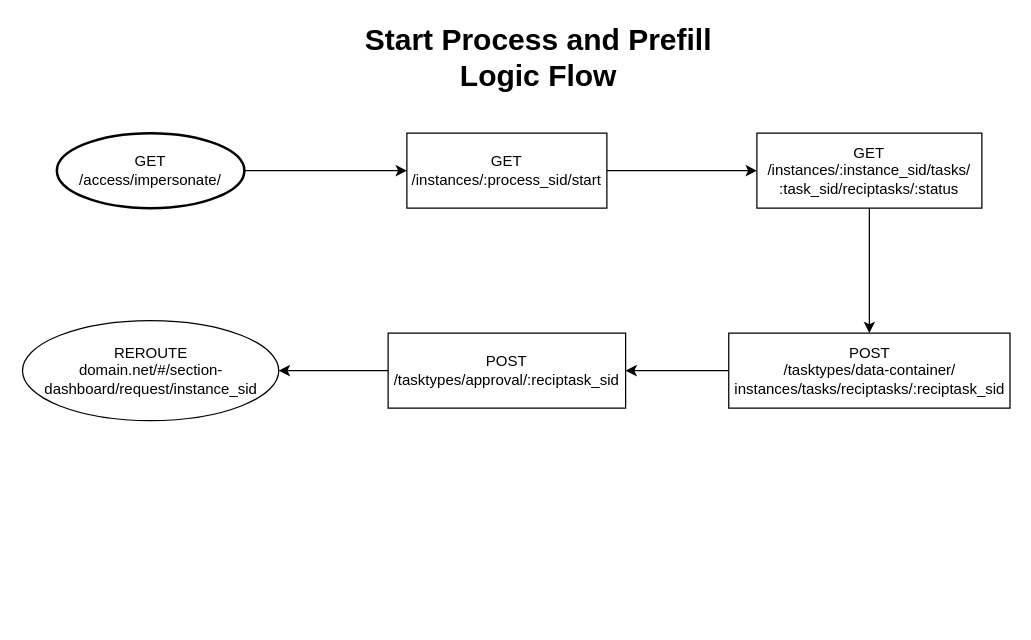
Earlier version of the draw.io diagram Diagrams/IntegrifyAPITesting.drawio (LongJohnBlackbeard/IntegrifyAPITesting). Source tidied: cells renumbered, new cells numbered last; positions are measured from the earlier drawing's top-left corner, leaving out a move shared by most shapes. Both pictures are drawn from the tidied source at 125%, with x=0, y=0 at pixel (21, 32).
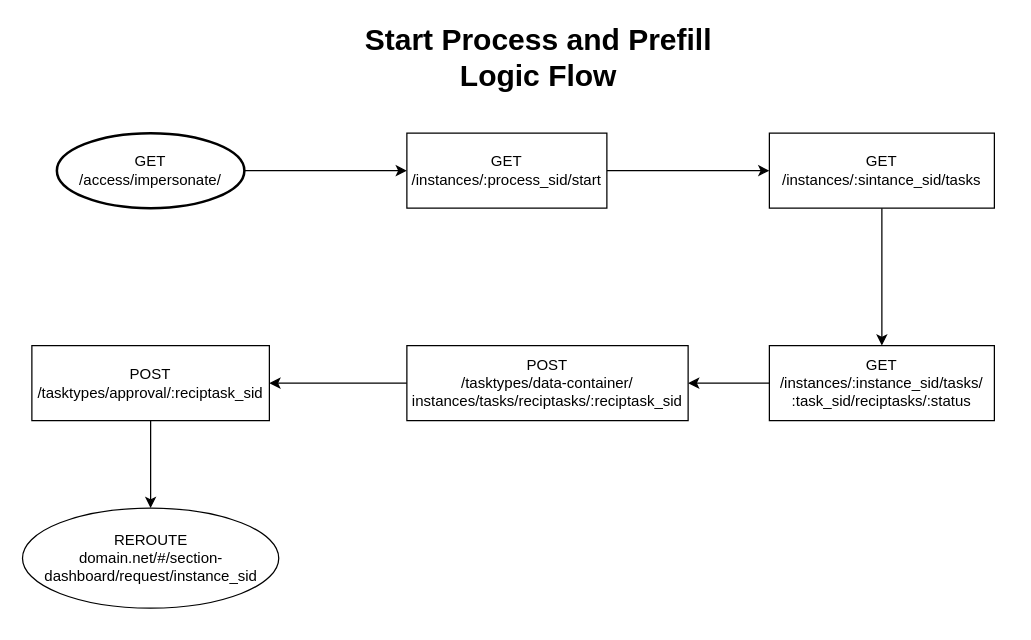
The same page after the edit.

Commit message:
Fixed logic flow

What changed in the source:
```diff
@@
 <mxGraphModel>
   <root>
     <mxCell id="0" />
     <mxCell id="1" parent="0" />
     <mxCell id="2" style="edgeStyle=orthogonalEdgeStyle;rounded=0;jettySize=auto;html=1;entryX=0;entryY=0.5;entryDx=0;entryDy=0;" parent="1" edge="1" source="3" target="5">
       <mxGeometry relative="1" as="geometry" />
     </mxCell>
     <mxCell id="3" value="GET&lt;br&gt;/access/impersonate/" style="strokeWidth=2;html=1;shape=mxgraph.flowchart.start_1;whiteSpace=wrap;" parent="1" vertex="1">
       <mxGeometry x="28" y="80" width="150" height="60" as="geometry" />
     </mxCell>
-    <mxCell id="4" style="edgeStyle=orthogonalEdgeStyle;rounded=0;jettySize=auto;html=1;" parent="1" edge="1" source="5" target="7">
-      <mxGeometry relative="1" as="geometry" />
-    </mxCell>
+    <mxCell id="14" style="edgeStyle=orthogonalEdgeStyle;rounded=0;jettySize=auto;html=1;" parent="1" edge="1" source="5" target="16">
+      <mxGeometry relative="1" as="geometry" />
+    </mxCell>
     <mxCell id="5" value="GET&lt;br&gt;/instances/:process_sid/start" style="rounded=0;whiteSpace=wrap;html=1;" parent="1" vertex="1">
       <mxGeometry x="308" y="80" width="160" height="60" as="geometry" />
     </mxCell>
-    <mxCell id="6" style="edgeStyle=orthogonalEdgeStyle;rounded=0;jettySize=auto;html=1;entryX=0.5;entryY=0;entryDx=0;entryDy=0;" parent="1" edge="1" source="7" target="9">
+    <mxCell id="6" style="edgeStyle=orthogonalEdgeStyle;rounded=0;jettySize=auto;html=1;entryX=1;entryY=0.5;entryDx=0;entryDy=0;" parent="1" edge="1" source="7" target="9">
       <mxGeometry relative="1" as="geometry" />
     </mxCell>
     <mxCell id="7" value="GET&lt;br&gt;/instances/:instance_sid/tasks/&lt;br&gt;:task_sid/reciptasks/:status" style="rounded=0;whiteSpace=wrap;html=1;" parent="1" vertex="1">
-      <mxGeometry x="588" y="80" width="180" height="60" as="geometry" />
+      <mxGeometry x="598" y="250" width="180" height="60" as="geometry" />
     </mxCell>
     <mxCell id="8" style="edgeStyle=orthogonalEdgeStyle;rounded=0;jettySize=auto;html=1;entryX=1;entryY=0.5;entryDx=0;entryDy=0;" parent="1" edge="1" source="9" target="12">
       <mxGeometry relative="1" as="geometry" />
     </mxCell>
     <mxCell id="9" value="POST&lt;br&gt;/tasktypes/data-container/&lt;br&gt;instances/tasks/reciptasks/:reciptask_sid" style="rounded=0;whiteSpace=wrap;html=1;" parent="1" vertex="1">
-      <mxGeometry x="565.5" y="240" width="225" height="60" as="geometry" />
+      <mxGeometry x="308" y="250" width="225" height="60" as="geometry" />
     </mxCell>
     <mxCell id="10" value="Start Process and Prefill&lt;br&gt;Logic Flow" style="text;strokeColor=none;fillColor=none;html=1;fontSize=24;fontStyle=1;verticalAlign=middle;align=center;" parent="1" vertex="1">
       <mxGeometry x="363" width="100" height="40" as="geometry" />
     </mxCell>
-    <mxCell id="11" style="edgeStyle=orthogonalEdgeStyle;rounded=0;jettySize=auto;html=1;entryX=1;entryY=0.5;entryDx=0;entryDy=0;" parent="1" edge="1" source="12" target="13">
+    <mxCell id="11" style="edgeStyle=orthogonalEdgeStyle;rounded=0;jettySize=auto;html=1;entryX=0.5;entryY=0;entryDx=0;entryDy=0;" parent="1" edge="1" source="12" target="13">
       <mxGeometry relative="1" as="geometry" />
     </mxCell>
     <mxCell id="12" value="POST&lt;br&gt;/tasktypes/approval/:reciptask_sid" style="rounded=0;whiteSpace=wrap;html=1;" parent="1" vertex="1">
-      <mxGeometry x="293" y="240" width="190" height="60" as="geometry" />
+      <mxGeometry x="8" y="250" width="190" height="60" as="geometry" />
     </mxCell>
     <mxCell id="13" value="REROUTE&lt;br&gt;domain.net/#/section-dashboard/request/instance_sid" style="ellipse;whiteSpace=wrap;html=1;" parent="1" vertex="1">
-      <mxGeometry x="0.5" y="230" width="205" height="80" as="geometry" />
+      <mxGeometry x="0.5" y="380" width="205" height="80" as="geometry" />
     </mxCell>
+    <mxCell id="15" style="edgeStyle=orthogonalEdgeStyle;rounded=0;jettySize=auto;html=1;entryX=0.5;entryY=0;entryDx=0;entryDy=0;" parent="1" edge="1" source="16" target="7">
+      <mxGeometry relative="1" as="geometry" />
+    </mxCell>
+    <mxCell id="16" value="GET&lt;br&gt;/instances/:sintance_sid/tasks" style="rounded=0;whiteSpace=wrap;html=1;" parent="1" vertex="1">
+      <mxGeometry x="598" y="80" width="180" height="60" as="geometry" />
+    </mxCell>
+    <mxCell id="17" style="edgeStyle=orthogonalEdgeStyle;rounded=0;orthogonalLoop=1;jettySize=auto;html=1;exitX=0.5;exitY=1;exitDx=0;exitDy=0;" parent="1" edge="1" source="13" target="13">
+      <mxGeometry relative="1" as="geometry" />
+    </mxCell>
   </root>
 </mxGraphModel>
```
